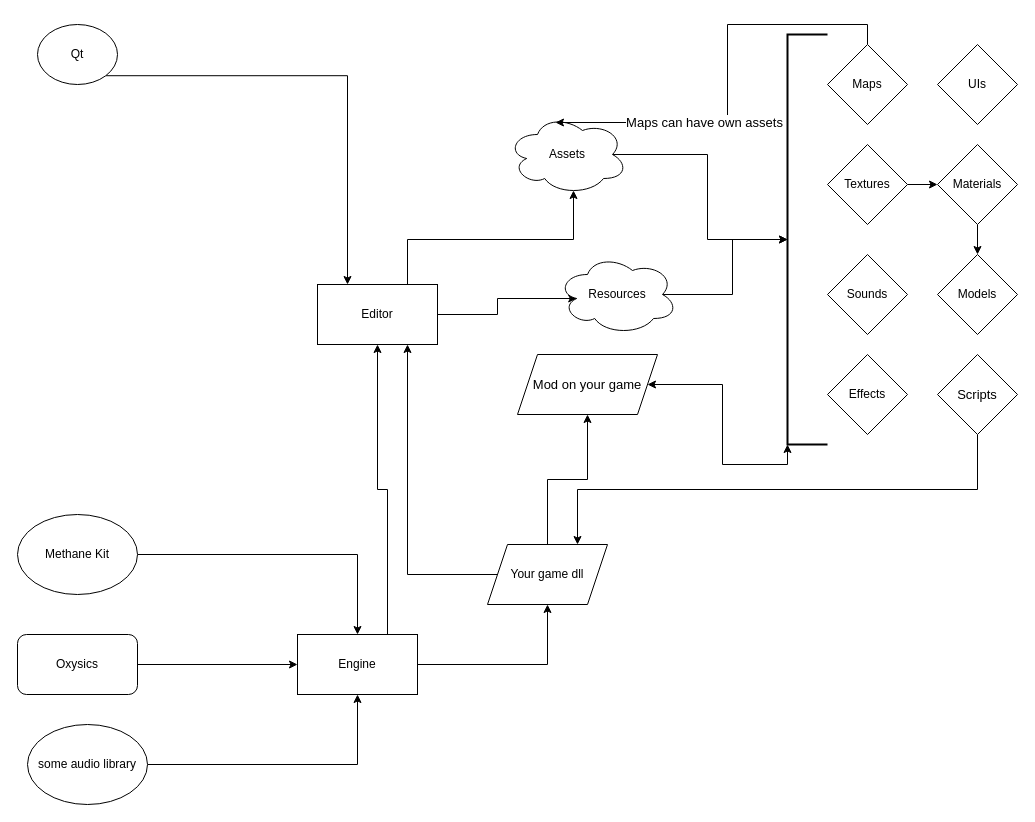
Above: page "File Structure" (1 of 4) of schemas/Alpha_Engine.drawio in wings-studio/Alpha_Engine (draw.io), before the change. Source tidied: cells renumbered, new cells numbered last; positions are measured from the earlier drawing's top-left corner, leaving out a move shared by most shapes. Both pictures are drawn from the tidied source at 100%, with x=0, y=0 at pixel (17, 24).
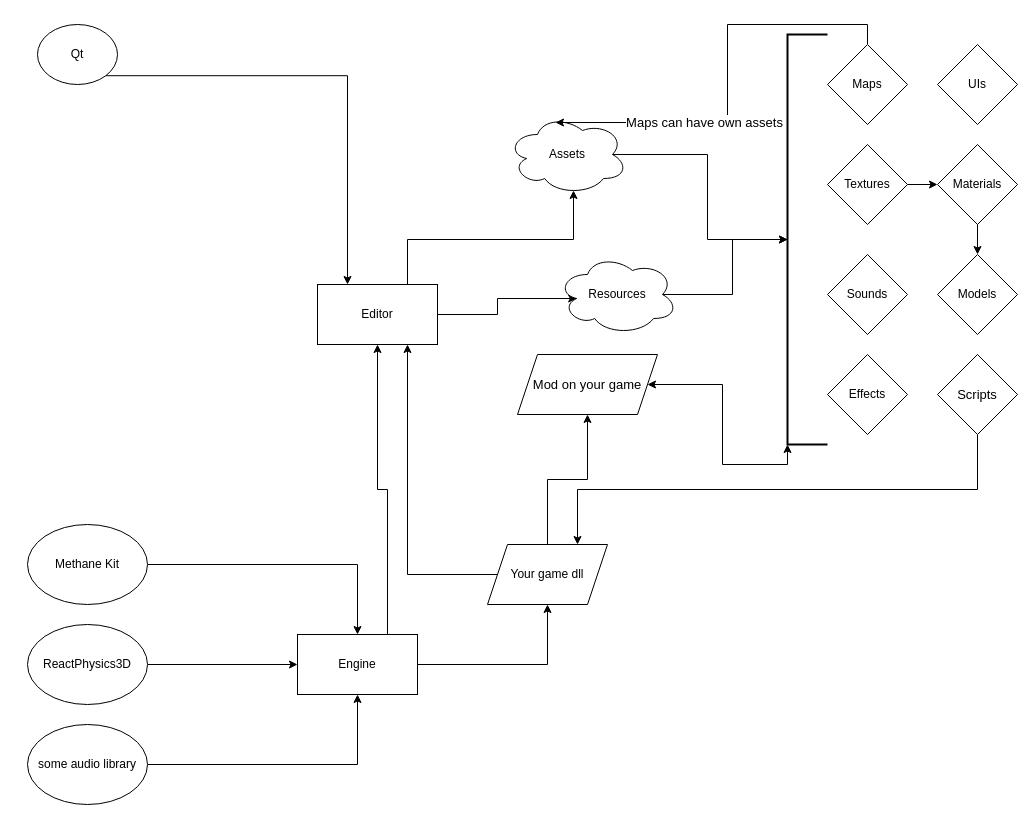
The same diagram, later.

The change refers to these unchanged cells:
```xml
<mxCell id="15" value="Engine" style="rounded=0;whiteSpace=wrap;html=1;" parent="1" vertex="1">
  <mxGeometry x="280" y="610" width="120" height="60" as="geometry" />
</mxCell>
```

What changed in the source:
```diff
@@
     <mxCell id="8" value="Methane Kit" style="ellipse;whiteSpace=wrap;html=1;" parent="1" vertex="1">
-      <mxGeometry y="490" width="120" height="80" as="geometry" />
+      <mxGeometry x="10" y="500" width="120" height="80" as="geometry" />
     </mxCell>
-    <mxCell id="9" style="edgeStyle=orthogonalEdgeStyle;rounded=0;jettySize=auto;html=1;exitX=1;exitY=0.5;exitDx=0;exitDy=0;entryX=0;entryY=0.5;entryDx=0;entryDy=0;" parent="1" edge="1" source="10" target="15">
-      <mxGeometry relative="1" as="geometry" />
-    </mxCell>
-    <mxCell id="10" value="Oxysics" style="rounded=1;whiteSpace=wrap;html=1;" parent="1" vertex="1">
-      <mxGeometry y="610" width="120" height="60" as="geometry" />
-    </mxCell>
@@
+    <mxCell id="39" style="edgeStyle=orthogonalEdgeStyle;rounded=0;jettySize=auto;html=1;exitX=1;exitY=0.5;exitDx=0;exitDy=0;entryX=0;entryY=0.5;entryDx=0;entryDy=0;" parent="1" edge="1" source="40" target="15">
+      <mxGeometry relative="1" as="geometry" />
+    </mxCell>
+    <mxCell id="40" value="ReactPhysics3D" style="ellipse;whiteSpace=wrap;html=1;" parent="1" vertex="1">
+      <mxGeometry x="10" y="600" width="120" height="80" as="geometry" />
+    </mxCell>
```
